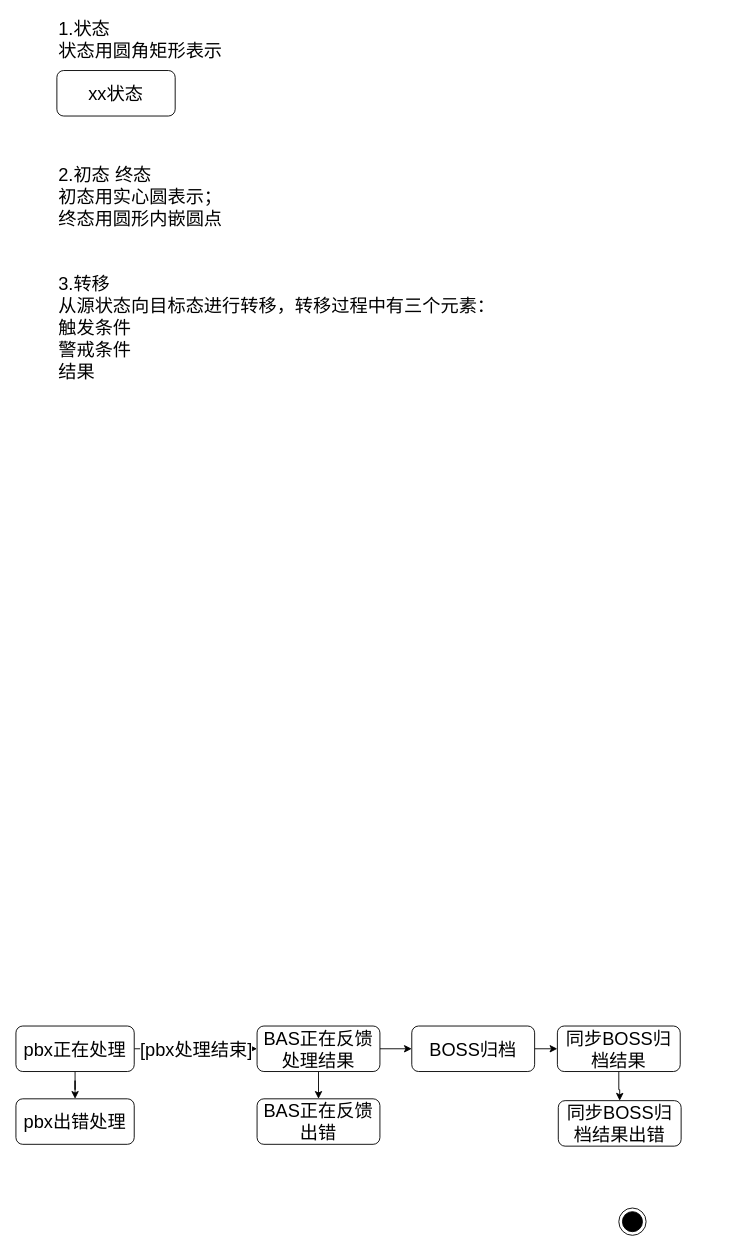
waterwatermelon/graph keeps this draw.io diagram as page "status-diagram" (6 of 7) of BAS/BAS-Henan.drawio. Above is the earlier version. Source tidied: cells renumbered, new cells numbered last; positions are measured from the earlier drawing's top-left corner, leaving out a move shared by most shapes. Both pictures are drawn from the tidied source at 91%, with x=0, y=0 at pixel (15, 15).
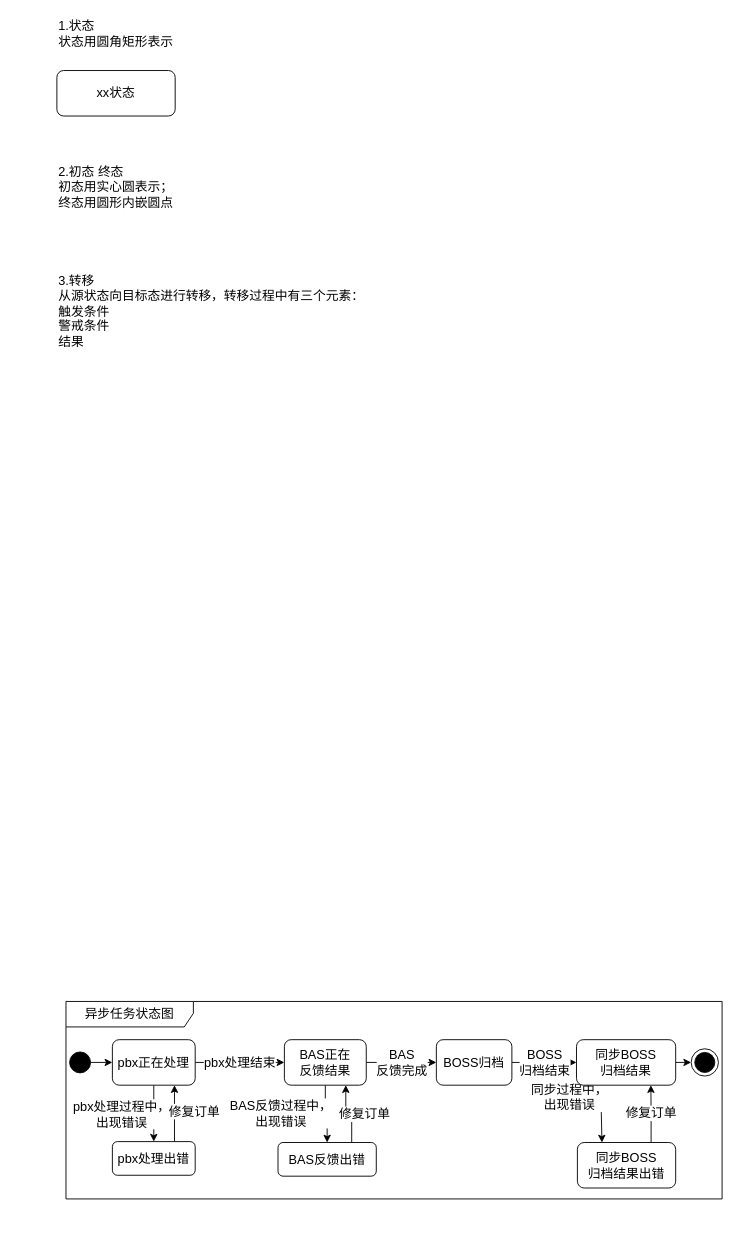
Above is the later version.

Diff of the diagram source:
```diff
@@
+    <mxCell id="20" value="&lt;font style=&quot;font-size: 14px&quot;&gt;异步任务状态图&lt;/font&gt;" style="shape=umlFrame;whiteSpace=wrap;html=1;fillColor=#FFFFFF;fontSize=14;width=140;height=28;" parent="1" vertex="1">
+      <mxGeometry x="55" y="1083" width="721" height="217" as="geometry" />
+    </mxCell>
-    <mxCell id="2" value="[pbx处理结束]" style="edgeStyle=orthogonalEdgeStyle;rounded=0;jettySize=auto;html=1;exitX=1;exitY=0.5;exitDx=0;exitDy=0;fontSize=20;" parent="1" edge="1" source="4" target="8">
+    <mxCell id="2" value="pbx处理结束" style="edgeStyle=orthogonalEdgeStyle;rounded=0;jettySize=auto;html=1;exitX=1;exitY=0.5;exitDx=0;exitDy=0;fontSize=14;" parent="1" edge="1" source="4" target="8">
       <mxGeometry relative="1" as="geometry" />
     </mxCell>
-    <mxCell id="3" style="edgeStyle=orthogonalEdgeStyle;rounded=0;jettySize=auto;html=1;exitX=0.5;exitY=1;exitDx=0;exitDy=0;fontSize=20;" parent="1" edge="1" source="4" target="9">
-      <mxGeometry relative="1" as="geometry" />
+    <mxCell id="3" value="pbx处理过程中，&lt;br&gt;出现错误" style="edgeStyle=orthogonalEdgeStyle;rounded=0;jettySize=auto;html=1;exitX=0.5;exitY=1;exitDx=0;exitDy=0;fontSize=14;" parent="1" edge="1" source="4" target="9">
+      <mxGeometry x="0.02" y="-36" relative="1" as="geometry" />
     </mxCell>
-    <mxCell id="4" value="pbx正在处理" style="rounded=1;whiteSpace=wrap;html=1;strokeColor=#000000;strokeWidth=1;fontSize=20;" parent="1" vertex="1">
-      <mxGeometry y="1110" width="130" height="50" as="geometry" />
+    <mxCell id="4" value="pbx正在处理" style="rounded=1;whiteSpace=wrap;html=1;strokeColor=#000000;strokeWidth=1;fontSize=14;" parent="1" vertex="1">
+      <mxGeometry x="106" y="1125" width="91" height="50" as="geometry" />
     </mxCell>
-    <mxCell id="5" style="ellipse;html=1;shape=endState;fillColor=#000000;strokeColor=#000000;fontSize=20;shadow=0;strokeWidth=1;" parent="1" vertex="1">
-      <mxGeometry x="662.5" y="1310" width="30" height="30" as="geometry" />
+    <mxCell id="5" style="ellipse;html=1;shape=endState;fillColor=#000000;strokeColor=#000000;fontSize=14;shadow=0;strokeWidth=1;" parent="1" vertex="1">
+      <mxGeometry x="742" y="1135" width="30" height="30" as="geometry" />
     </mxCell>
-    <mxCell id="6" style="edgeStyle=orthogonalEdgeStyle;rounded=0;jettySize=auto;html=1;exitX=0.5;exitY=1;exitDx=0;exitDy=0;entryX=0.5;entryY=0;entryDx=0;entryDy=0;fontSize=20;" parent="1" edge="1" source="8" target="10">
-      <mxGeometry relative="1" as="geometry" />
+    <mxCell id="6" value="BAS反馈过程中，&lt;br&gt;出现错误" style="edgeStyle=orthogonalEdgeStyle;rounded=0;jettySize=auto;html=1;exitX=0.5;exitY=1;exitDx=0;exitDy=0;entryX=0.5;entryY=0;entryDx=0;entryDy=0;fontSize=14;" parent="1" edge="1" source="8" target="10">
+      <mxGeometry x="-0.06" y="-49" relative="1" as="geometry" />
     </mxCell>
-    <mxCell id="7" style="edgeStyle=orthogonalEdgeStyle;rounded=0;jettySize=auto;html=1;exitX=1;exitY=0.5;exitDx=0;exitDy=0;entryX=0;entryY=0.5;entryDx=0;entryDy=0;fontSize=20;" parent="1" edge="1" source="8" target="12">
+    <mxCell id="7" value="BAS&lt;br style=&quot;font-size: 14px;&quot;&gt;反馈完成" style="edgeStyle=orthogonalEdgeStyle;rounded=0;jettySize=auto;html=1;exitX=1;exitY=0.5;exitDx=0;exitDy=0;entryX=0;entryY=0.5;entryDx=0;entryDy=0;fontSize=14;" parent="1" edge="1" source="8" target="12">
       <mxGeometry relative="1" as="geometry" />
     </mxCell>
-    <mxCell id="8" value="BAS正在反馈处理结果" style="rounded=1;whiteSpace=wrap;html=1;strokeColor=#000000;strokeWidth=1;fontSize=20;" parent="1" vertex="1">
-      <mxGeometry x="265" y="1110" width="135" height="50" as="geometry" />
+    <mxCell id="8" value="BAS正在&lt;br style=&quot;font-size: 14px;&quot;&gt;反馈结果" style="rounded=1;whiteSpace=wrap;html=1;strokeColor=#000000;strokeWidth=1;fontSize=14;" parent="1" vertex="1">
+      <mxGeometry x="295" y="1125" width="90" height="50" as="geometry" />
     </mxCell>
+    <mxCell id="21" value="修复订单" style="edgeStyle=orthogonalEdgeStyle;rounded=0;jettySize=auto;html=1;exitX=0.75;exitY=0;exitDx=0;exitDy=0;entryX=0.75;entryY=1;entryDx=0;entryDy=0;fontSize=14;" parent="1" edge="1" source="9" target="4">
+      <mxGeometry x="0.06" y="-22" relative="1" as="geometry" />
+    </mxCell>
-    <mxCell id="9" value="pbx出错处理" style="rounded=1;whiteSpace=wrap;html=1;strokeColor=#000000;strokeWidth=1;fontSize=20;" parent="1" vertex="1">
-      <mxGeometry y="1190" width="130" height="50" as="geometry" />
+    <mxCell id="9" value="pbx处理出错" style="rounded=1;whiteSpace=wrap;html=1;strokeColor=#000000;strokeWidth=1;fontSize=14;" parent="1" vertex="1">
+      <mxGeometry x="106" y="1237" width="91" height="37" as="geometry" />
     </mxCell>
+    <mxCell id="22" value="修复订单" style="edgeStyle=orthogonalEdgeStyle;rounded=0;jettySize=auto;html=1;exitX=0.75;exitY=0;exitDx=0;exitDy=0;entryX=0.75;entryY=1;entryDx=0;entryDy=0;fontSize=14;" parent="1" edge="1" source="10" target="8">
+      <mxGeometry x="-0.07" y="-14" relative="1" as="geometry">
+        <mxPoint x="14" y="14" as="offset" />
+      </mxGeometry>
+    </mxCell>
-    <mxCell id="10" value="BAS正在反馈出错" style="rounded=1;whiteSpace=wrap;html=1;strokeColor=#000000;strokeWidth=1;fontSize=20;" parent="1" vertex="1">
-      <mxGeometry x="265" y="1190" width="135" height="50" as="geometry" />
+    <mxCell id="10" value="BAS反馈出错" style="rounded=1;whiteSpace=wrap;html=1;strokeColor=#000000;strokeWidth=1;fontSize=14;" parent="1" vertex="1">
+      <mxGeometry x="288" y="1238" width="108" height="37" as="geometry" />
     </mxCell>
-    <mxCell id="11" style="edgeStyle=orthogonalEdgeStyle;rounded=0;jettySize=auto;html=1;exitX=1;exitY=0.5;exitDx=0;exitDy=0;entryX=0;entryY=0.5;entryDx=0;entryDy=0;fontSize=20;" parent="1" edge="1" source="12" target="14">
+    <mxCell id="11" value="BOSS&lt;br style=&quot;font-size: 14px;&quot;&gt;归档结束" style="edgeStyle=orthogonalEdgeStyle;rounded=0;jettySize=auto;html=1;exitX=1;exitY=0.5;exitDx=0;exitDy=0;entryX=0;entryY=0.5;entryDx=0;entryDy=0;fontSize=14;" parent="1" edge="1" source="12" target="14">
       <mxGeometry relative="1" as="geometry" />
     </mxCell>
-    <mxCell id="12" value="BOSS归档" style="rounded=1;whiteSpace=wrap;html=1;strokeColor=#000000;strokeWidth=1;fontSize=20;" parent="1" vertex="1">
-      <mxGeometry x="435" y="1110" width="135" height="50" as="geometry" />
+    <mxCell id="12" value="BOSS归档" style="rounded=1;whiteSpace=wrap;html=1;strokeColor=#000000;strokeWidth=1;fontSize=14;" parent="1" vertex="1">
+      <mxGeometry x="462" y="1125" width="83" height="50" as="geometry" />
     </mxCell>
+    <mxCell id="23" style="edgeStyle=orthogonalEdgeStyle;rounded=0;jettySize=auto;html=1;exitX=1;exitY=0.5;exitDx=0;exitDy=0;entryX=0;entryY=0.5;entryDx=0;entryDy=0;fontSize=14;" parent="1" edge="1" source="14" target="5">
+      <mxGeometry relative="1" as="geometry" />
+    </mxCell>
-    <mxCell id="13" style="edgeStyle=orthogonalEdgeStyle;rounded=0;jettySize=auto;html=1;fontSize=20;" parent="1" edge="1" source="14" target="15">
-      <mxGeometry relative="1" as="geometry" />
+    <mxCell id="13" value="同步过程中，&lt;br&gt;出现错误" style="edgeStyle=orthogonalEdgeStyle;rounded=0;jettySize=auto;html=1;exitX=0.25;exitY=1;exitDx=0;exitDy=0;entryX=0.25;entryY=0;entryDx=0;entryDy=0;fontSize=14;" parent="1" edge="1" source="14" target="15">
+      <mxGeometry y="-18" relative="1" as="geometry">
+        <mxPoint x="-18" y="-18" as="offset" />
+      </mxGeometry>
     </mxCell>
-    <mxCell id="14" value="同步BOSS归档结果" style="rounded=1;whiteSpace=wrap;html=1;strokeColor=#000000;strokeWidth=1;fontSize=20;" parent="1" vertex="1">
-      <mxGeometry x="595" y="1110" width="135" height="50" as="geometry" />
+    <mxCell id="14" value="同步BOSS&lt;br style=&quot;font-size: 14px;&quot;&gt;归档结果" style="rounded=1;whiteSpace=wrap;html=1;strokeColor=#000000;strokeWidth=1;fontSize=14;" parent="1" vertex="1">
+      <mxGeometry x="616" y="1125" width="109" height="50" as="geometry" />
     </mxCell>
+    <mxCell id="24" value="修复订单" style="edgeStyle=orthogonalEdgeStyle;rounded=0;jettySize=auto;html=1;exitX=0.75;exitY=0;exitDx=0;exitDy=0;fontSize=14;entryX=0.75;entryY=1;entryDx=0;entryDy=0;" parent="1" edge="1" source="15" target="14">
+      <mxGeometry relative="1" as="geometry" />
+    </mxCell>
-    <mxCell id="15" value="同步BOSS归档结果出错" style="rounded=1;whiteSpace=wrap;html=1;strokeColor=#000000;strokeWidth=1;fontSize=20;" parent="1" vertex="1">
-      <mxGeometry x="596" y="1192" width="135" height="50" as="geometry" />
+    <mxCell id="15" value="同步BOSS&lt;br style=&quot;font-size: 14px;&quot;&gt;归档结果出错" style="rounded=1;whiteSpace=wrap;html=1;strokeColor=#000000;strokeWidth=1;fontSize=14;" parent="1" vertex="1">
+      <mxGeometry x="617" y="1238" width="108" height="50" as="geometry" />
     </mxCell>
-    <mxCell id="16" value="xx状态" style="rounded=1;whiteSpace=wrap;html=1;strokeColor=#000000;strokeWidth=1;fontSize=20;" parent="1" vertex="1">
+    <mxCell id="16" value="xx状态" style="rounded=1;whiteSpace=wrap;html=1;strokeColor=#000000;strokeWidth=1;fontSize=14;" parent="1" vertex="1">
       <mxGeometry x="45" y="60" width="130" height="50" as="geometry" />
     </mxCell>
-    <mxCell id="17" value="2.初态 终态&lt;br&gt;初态用实心圆表示；&lt;br&gt;终态用圆形内嵌圆点" style="text;html=1;align=left;verticalAlign=top;spacingTop=-4;fontSize=20;" parent="1" vertex="1">
+    <mxCell id="17" value="2.初态 终态&lt;br style=&quot;font-size: 14px;&quot;&gt;初态用实心圆表示；&lt;br style=&quot;font-size: 14px;&quot;&gt;终态用圆形内嵌圆点" style="text;html=1;align=left;verticalAlign=top;spacingTop=-4;fontSize=14;" parent="1" vertex="1">
       <mxGeometry x="45" y="160" width="200" height="70" as="geometry" />
     </mxCell>
-    <mxCell id="18" value="1.状态&lt;br&gt;状态用圆角矩形表示" style="text;html=1;align=left;verticalAlign=top;spacingTop=-4;fontSize=20;" parent="1" vertex="1">
+    <mxCell id="18" value="1.状态&lt;br style=&quot;font-size: 14px;&quot;&gt;状态用圆角矩形表示" style="text;html=1;align=left;verticalAlign=top;spacingTop=-4;fontSize=14;" parent="1" vertex="1">
       <mxGeometry x="45" width="200" height="50" as="geometry" />
     </mxCell>
-    <mxCell id="19" value="3.转移&lt;br&gt;从源状态向目标态进行转移，转移过程中有三个元素：&lt;br&gt;触发条件&lt;br&gt;警戒条件&lt;br&gt;结果" style="text;html=1;align=left;verticalAlign=top;spacingTop=-4;fontSize=20;" parent="1" vertex="1">
+    <mxCell id="19" value="3.转移&lt;br style=&quot;font-size: 14px;&quot;&gt;从源状态向目标态进行转移，转移过程中有三个元素：&lt;br style=&quot;font-size: 14px;&quot;&gt;触发条件&lt;br style=&quot;font-size: 14px;&quot;&gt;警戒条件&lt;br style=&quot;font-size: 14px;&quot;&gt;结果" style="text;html=1;align=left;verticalAlign=top;spacingTop=-4;fontSize=14;" parent="1" vertex="1">
       <mxGeometry x="45" y="280" width="500" height="120" as="geometry" />
     </mxCell>
+    <mxCell id="25" style="edgeStyle=orthogonalEdgeStyle;rounded=0;jettySize=auto;html=1;exitX=1;exitY=0.5;exitDx=0;exitDy=0;entryX=0;entryY=0.5;entryDx=0;entryDy=0;fontSize=14;" parent="1" edge="1" source="26" target="4">
+      <mxGeometry relative="1" as="geometry" />
+    </mxCell>
+    <mxCell id="26" style="ellipse;whiteSpace=wrap;html=1;fontSize=14;fillColor=#000000;" parent="1" vertex="1">
+      <mxGeometry x="59" y="1138.5" width="23" height="23" as="geometry" />
+    </mxCell>
```
